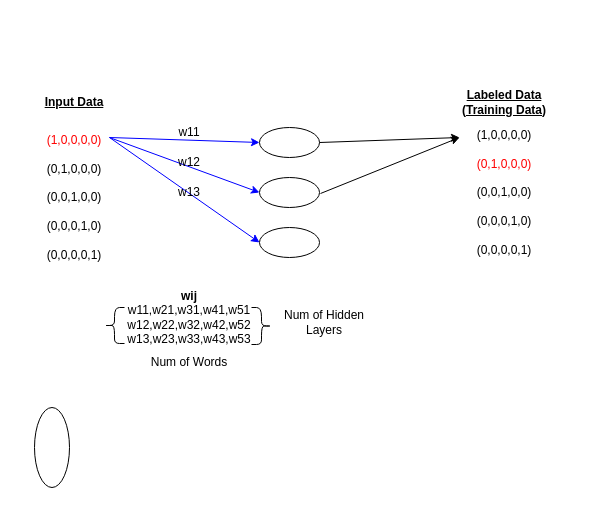
developer-onizuka/Diagrams keeps this draw.io diagram as MachineLearningOnAWS/Word2vec.drawio. Above is the earlier version. Source tidied: cells renumbered, new cells numbered last; positions are measured from the earlier drawing's top-left corner, leaving out a move shared by most shapes. Both pictures are drawn from the tidied source at 100%, with x=0, y=0 at pixel (34, 87).
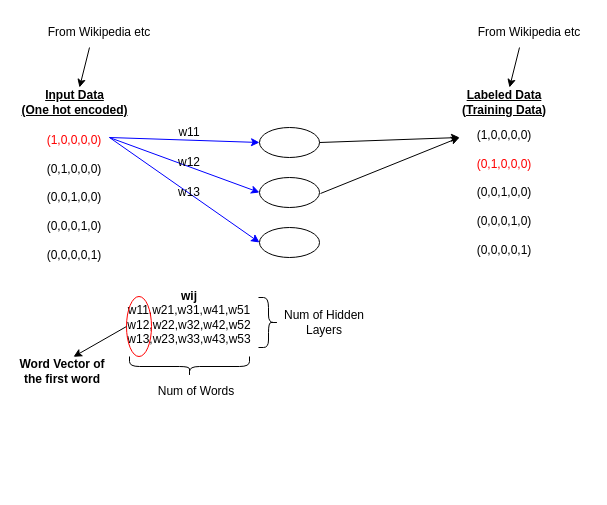
The same diagram, later.

Diff of the diagram source:
```diff
@@
-    <mxCell id="7" value="&lt;b&gt;&lt;u&gt;Input Data&lt;/u&gt;&lt;/b&gt;" style="text;html=1;strokeColor=none;fillColor=none;align=center;verticalAlign=middle;whiteSpace=wrap;rounded=0;" parent="1" vertex="1">
-      <mxGeometry width="80" height="30" as="geometry" />
+    <mxCell id="7" value="&lt;b&gt;&lt;u&gt;Input Data&lt;br&gt;(One hot encoded)&lt;br&gt;&lt;/u&gt;&lt;/b&gt;" style="text;html=1;strokeColor=none;fillColor=none;align=center;verticalAlign=middle;whiteSpace=wrap;rounded=0;" parent="1" vertex="1">
+      <mxGeometry x="-17.5" width="115" height="30" as="geometry" />
     </mxCell>
@@
     <mxCell id="18" style="shape=curlyBracket;whiteSpace=wrap;html=1;rounded=1;flipH=1;labelPosition=right;verticalLabelPosition=middle;align=left;verticalAlign=middle;" parent="1" vertex="1">
-      <mxGeometry x="217" y="220" width="20" height="37" as="geometry" />
+      <mxGeometry x="224" y="210" width="20" height="50" as="geometry" />
     </mxCell>
-    <mxCell id="19" style="shape=curlyBracket;whiteSpace=wrap;html=1;rounded=1;labelPosition=left;verticalLabelPosition=middle;align=right;verticalAlign=middle;" parent="1" vertex="1">
-      <mxGeometry x="70" y="220" width="20" height="36" as="geometry" />
-    </mxCell>
     <mxCell id="20" value="Num of Words" style="text;html=1;strokeColor=none;fillColor=none;align=center;verticalAlign=middle;whiteSpace=wrap;rounded=0;" parent="1" vertex="1">
-      <mxGeometry x="110" y="260" width="90" height="30" as="geometry" />
+      <mxGeometry x="117" y="289" width="90" height="30" as="geometry" />
     </mxCell>
@@
-    <mxCell id="22" style="ellipse;whiteSpace=wrap;html=1;" parent="1" vertex="1">
-      <mxGeometry y="320" width="35" height="80" as="geometry" />
+    <mxCell id="22" style="ellipse;whiteSpace=wrap;html=1;fillColor=none;strokeColor=#FF0000;" parent="1" vertex="1">
+      <mxGeometry x="92" y="209" width="25" height="60" as="geometry" />
     </mxCell>
+    <mxCell id="23" value="&lt;b&gt;Word Vector of the first word&lt;/b&gt;" style="text;html=1;strokeColor=none;fillColor=none;align=center;verticalAlign=middle;whiteSpace=wrap;rounded=0;" parent="1" vertex="1">
+      <mxGeometry x="-17.5" y="269" width="90" height="30" as="geometry" />
+    </mxCell>
+    <mxCell id="24" style="endArrow=classic;html=1;rounded=0;" parent="1" edge="1">
+      <mxGeometry relative="1" as="geometry">
+        <mxPoint x="485" y="-40" as="sourcePoint" />
+        <mxPoint x="475" as="targetPoint" />
+      </mxGeometry>
+    </mxCell>
+    <mxCell id="25" value="From Wikipedia etc" style="text;html=1;strokeColor=none;fillColor=none;align=center;verticalAlign=middle;whiteSpace=wrap;rounded=0;" parent="1" vertex="1">
+      <mxGeometry x="435" y="-70" width="120" height="30" as="geometry" />
+    </mxCell>
+    <mxCell id="26" value="From Wikipedia etc" style="text;html=1;strokeColor=none;fillColor=none;align=center;verticalAlign=middle;whiteSpace=wrap;rounded=0;" parent="1" vertex="1">
+      <mxGeometry x="5" y="-70" width="120" height="30" as="geometry" />
+    </mxCell>
+    <mxCell id="27" style="endArrow=classic;html=1;rounded=0;" parent="1" edge="1">
+      <mxGeometry relative="1" as="geometry">
+        <mxPoint x="55" y="-40" as="sourcePoint" />
+        <mxPoint x="45" as="targetPoint" />
+      </mxGeometry>
+    </mxCell>
+    <mxCell id="28" style="shape=curlyBracket;whiteSpace=wrap;html=1;rounded=1;flipH=1;labelPosition=right;verticalLabelPosition=middle;align=left;verticalAlign=middle;direction=north;" parent="1" vertex="1">
+      <mxGeometry x="95" y="269" width="120" height="20" as="geometry" />
+    </mxCell>
+    <mxCell id="29" style="endArrow=classic;html=1;rounded=0;entryX=0.628;entryY=0.009;entryDx=0;entryDy=0;entryPerimeter=0;exitX=0;exitY=0.5;exitDx=0;exitDy=0;" parent="1" edge="1" source="22" target="23">
+      <mxGeometry relative="1" as="geometry" />
+    </mxCell>
```
